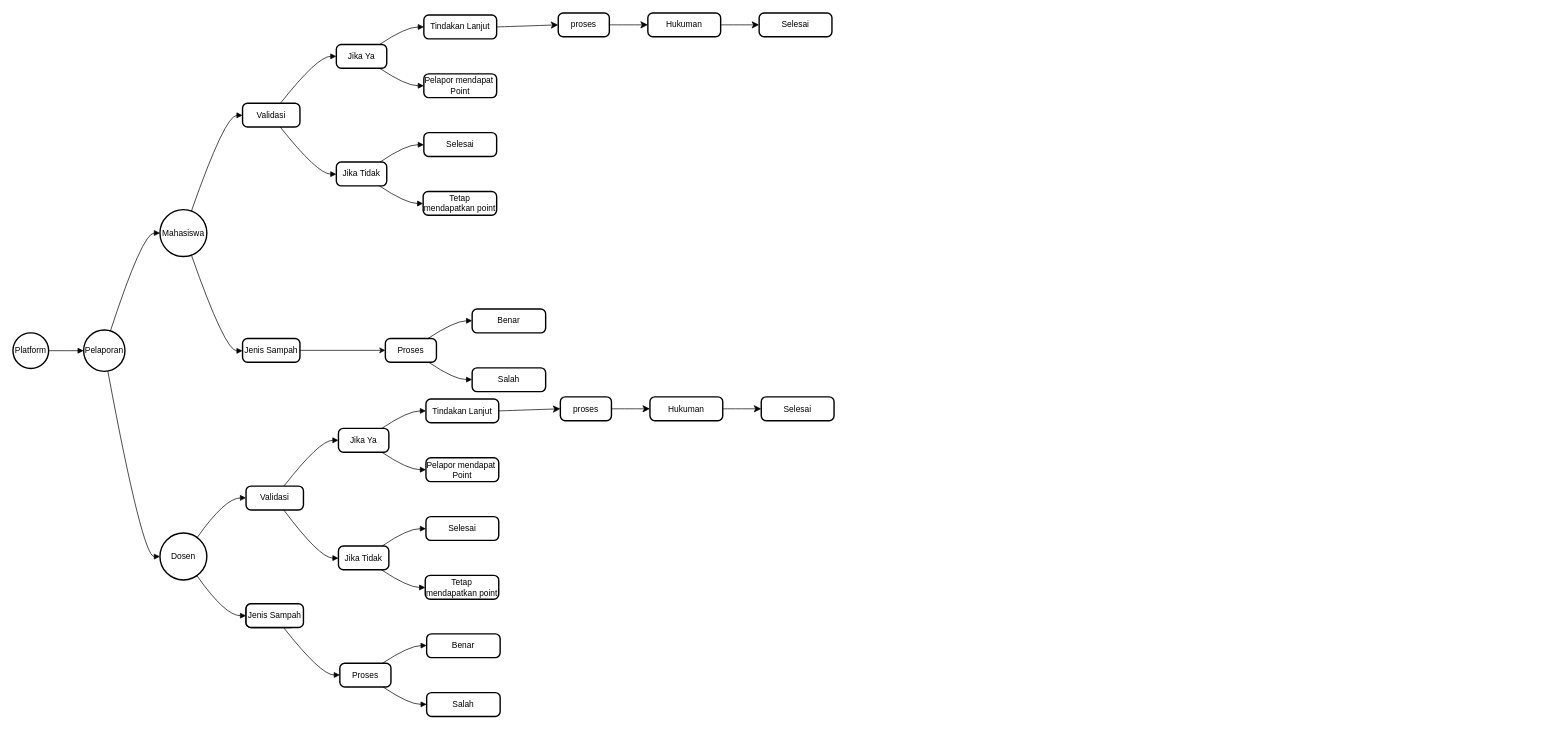
rogerkampret/Program-Kesadaran-Lingkungan-2 keeps this draw.io diagram as Diagram Tanpa Judul.drawio. Above is the earlier version. Source tidied: cells renumbered, new cells numbered last; positions are measured from the earlier drawing's top-left corner, leaving out a move shared by most shapes. Both pictures are drawn from the tidied source at 70%, with x=0, y=0 at pixel (13, 13).
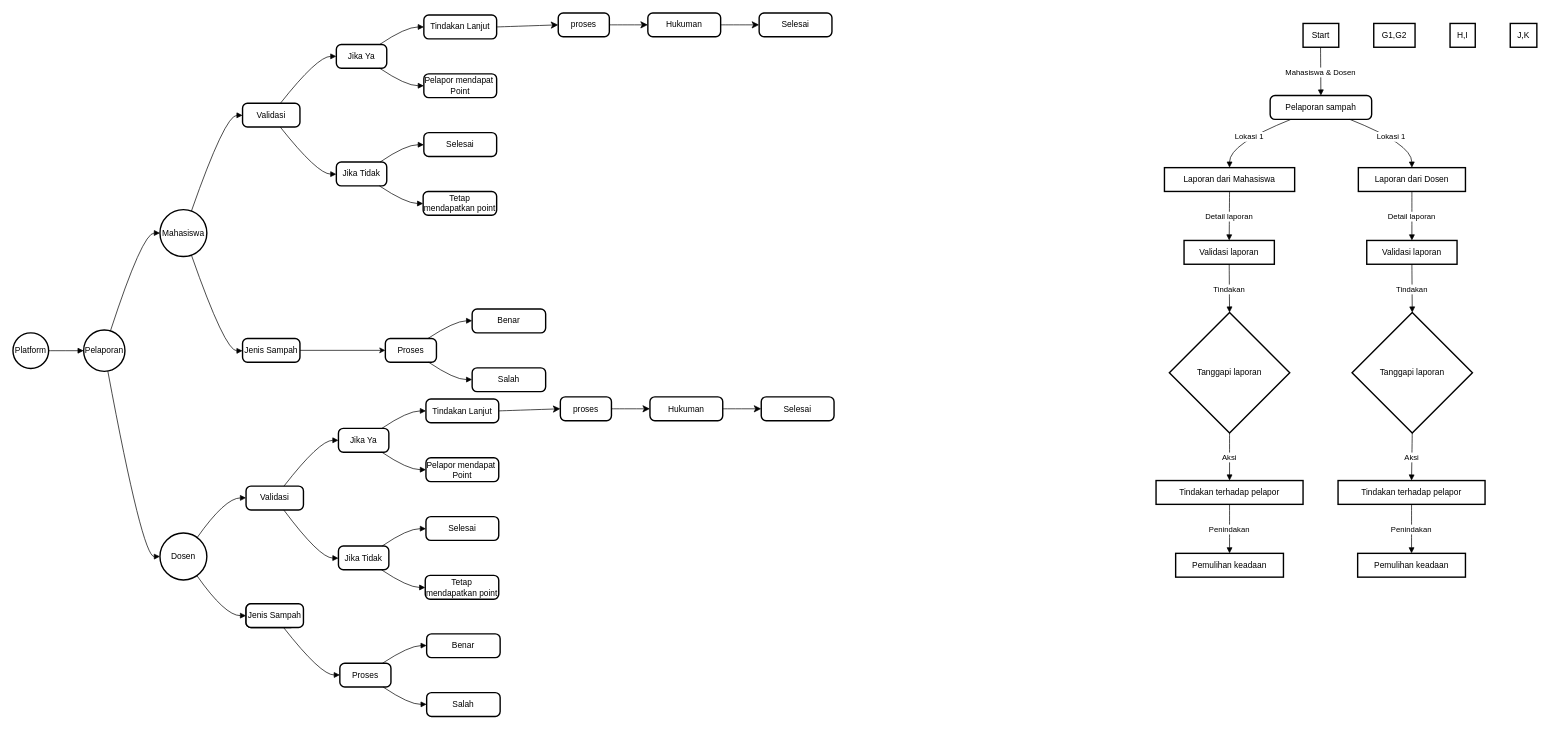
After the change.

What changed in the source:
```diff
@@
+    <mxCell id="66" value="Start" style="whiteSpace=wrap;strokeWidth=2;" parent="1" vertex="1">
+      <mxGeometry x="1843" y="15" width="51" height="34" as="geometry" />
+    </mxCell>
+    <mxCell id="67" value="Pelaporan sampah" style="rounded=1;absoluteArcSize=1;arcSize=14;whiteSpace=wrap;strokeWidth=2;" parent="1" vertex="1">
+      <mxGeometry x="1796" y="118" width="145" height="34" as="geometry" />
+    </mxCell>
+    <mxCell id="68" value="Laporan dari Mahasiswa" style="whiteSpace=wrap;strokeWidth=2;" parent="1" vertex="1">
+      <mxGeometry x="1645" y="221" width="186" height="34" as="geometry" />
+    </mxCell>
+    <mxCell id="69" value="Laporan dari Dosen" style="whiteSpace=wrap;strokeWidth=2;" parent="1" vertex="1">
+      <mxGeometry x="1922" y="221" width="153" height="34" as="geometry" />
+    </mxCell>
+    <mxCell id="70" value="Validasi laporan" style="whiteSpace=wrap;strokeWidth=2;" parent="1" vertex="1">
+      <mxGeometry x="1673" y="325" width="129" height="34" as="geometry" />
+    </mxCell>
+    <mxCell id="71" value="Validasi laporan" style="whiteSpace=wrap;strokeWidth=2;" parent="1" vertex="1">
+      <mxGeometry x="1934" y="325" width="129" height="34" as="geometry" />
+    </mxCell>
+    <mxCell id="72" value="Tanggapi laporan" style="rhombus;strokeWidth=2;whiteSpace=wrap;" parent="1" vertex="1">
+      <mxGeometry x="1652" y="428" width="172" height="172" as="geometry" />
+    </mxCell>
+    <mxCell id="73" value="Tanggapi laporan" style="rhombus;strokeWidth=2;whiteSpace=wrap;" parent="1" vertex="1">
+      <mxGeometry x="1913" y="428" width="172" height="172" as="geometry" />
+    </mxCell>
+    <mxCell id="74" value="Tindakan terhadap pelapor" style="whiteSpace=wrap;strokeWidth=2;" parent="1" vertex="1">
+      <mxGeometry x="1633" y="668" width="210" height="34" as="geometry" />
+    </mxCell>
+    <mxCell id="75" value="Tindakan terhadap pelapor" style="whiteSpace=wrap;strokeWidth=2;" parent="1" vertex="1">
+      <mxGeometry x="1893" y="668" width="210" height="34" as="geometry" />
+    </mxCell>
+    <mxCell id="76" value="Pemulihan keadaan" style="whiteSpace=wrap;strokeWidth=2;" parent="1" vertex="1">
+      <mxGeometry x="1661" y="772" width="154" height="34" as="geometry" />
+    </mxCell>
+    <mxCell id="77" value="Pemulihan keadaan" style="whiteSpace=wrap;strokeWidth=2;" parent="1" vertex="1">
+      <mxGeometry x="1921" y="772" width="154" height="34" as="geometry" />
+    </mxCell>
+    <mxCell id="78" value="G1,G2" style="whiteSpace=wrap;strokeWidth=2;" parent="1" vertex="1">
+      <mxGeometry x="1944" y="15" width="59" height="34" as="geometry" />
+    </mxCell>
+    <mxCell id="79" value="H,I" style="whiteSpace=wrap;strokeWidth=2;" parent="1" vertex="1">
+      <mxGeometry x="2053" y="15" width="36" height="34" as="geometry" />
+    </mxCell>
+    <mxCell id="80" value="J,K" style="whiteSpace=wrap;strokeWidth=2;" parent="1" vertex="1">
+      <mxGeometry x="2139" y="15" width="38" height="34" as="geometry" />
+    </mxCell>
+    <mxCell id="81" value="Mahasiswa &amp; Dosen" style="curved=1;startArrow=none;endArrow=block;exitX=0.49;exitY=1;entryX=0.5;entryY=0.01;" parent="1" edge="1" source="66" target="67">
+      <mxGeometry relative="1" as="geometry" />
+    </mxCell>
+    <mxCell id="82" value="Lokasi 1" style="curved=1;startArrow=none;endArrow=block;exitX=0.2;exitY=1.01;entryX=0.5;entryY=0.01;" parent="1" edge="1" source="67" target="68">
+      <mxGeometry relative="1" as="geometry">
+        <Array as="points">
+          <mxPoint x="1738" y="187" />
+        </Array>
+      </mxGeometry>
+    </mxCell>
+    <mxCell id="83" value="Lokasi 1" style="curved=1;startArrow=none;endArrow=block;exitX=0.79;exitY=1.01;entryX=0.5;entryY=0.01;" parent="1" edge="1" source="67" target="69">
+      <mxGeometry relative="1" as="geometry">
+        <Array as="points">
+          <mxPoint x="1998" y="187" />
+        </Array>
+      </mxGeometry>
+    </mxCell>
+    <mxCell id="84" value="Detail laporan" style="curved=1;startArrow=none;endArrow=block;exitX=0.5;exitY=1.01;entryX=0.5;entryY=-0.01;" parent="1" edge="1" source="68" target="70">
+      <mxGeometry relative="1" as="geometry" />
+    </mxCell>
+    <mxCell id="85" value="Detail laporan" style="curved=1;startArrow=none;endArrow=block;exitX=0.5;exitY=1.01;entryX=0.5;entryY=-0.01;" parent="1" edge="1" source="69" target="71">
+      <mxGeometry relative="1" as="geometry" />
+    </mxCell>
+    <mxCell id="86" value="Tindakan" style="curved=1;startArrow=none;endArrow=block;exitX=0.5;exitY=0.99;entryX=0.5;entryY=0;" parent="1" edge="1" source="70" target="72">
+      <mxGeometry relative="1" as="geometry" />
+    </mxCell>
+    <mxCell id="87" value="Tindakan" style="curved=1;startArrow=none;endArrow=block;exitX=0.5;exitY=0.99;entryX=0.5;entryY=0;" parent="1" edge="1" source="71" target="73">
+      <mxGeometry relative="1" as="geometry" />
+    </mxCell>
+    <mxCell id="88" value="Aksi" style="curved=1;startArrow=none;endArrow=block;exitX=0.5;exitY=1;entryX=0.5;entryY=0.01;" parent="1" edge="1" source="72" target="74">
+      <mxGeometry relative="1" as="geometry" />
+    </mxCell>
+    <mxCell id="89" value="Aksi" style="curved=1;startArrow=none;endArrow=block;exitX=0.5;exitY=1;entryX=0.5;entryY=0.01;" parent="1" edge="1" source="73" target="75">
+      <mxGeometry relative="1" as="geometry" />
+    </mxCell>
+    <mxCell id="90" value="Penindakan" style="curved=1;startArrow=none;endArrow=block;exitX=0.5;exitY=1.01;entryX=0.5;entryY=-0.01;" parent="1" edge="1" source="74" target="76">
+      <mxGeometry relative="1" as="geometry" />
+    </mxCell>
+    <mxCell id="91" value="Penindakan" style="curved=1;startArrow=none;endArrow=block;exitX=0.5;exitY=1.01;entryX=0.5;entryY=-0.01;" parent="1" edge="1" source="75" target="77">
+      <mxGeometry relative="1" as="geometry" />
+    </mxCell>
```
